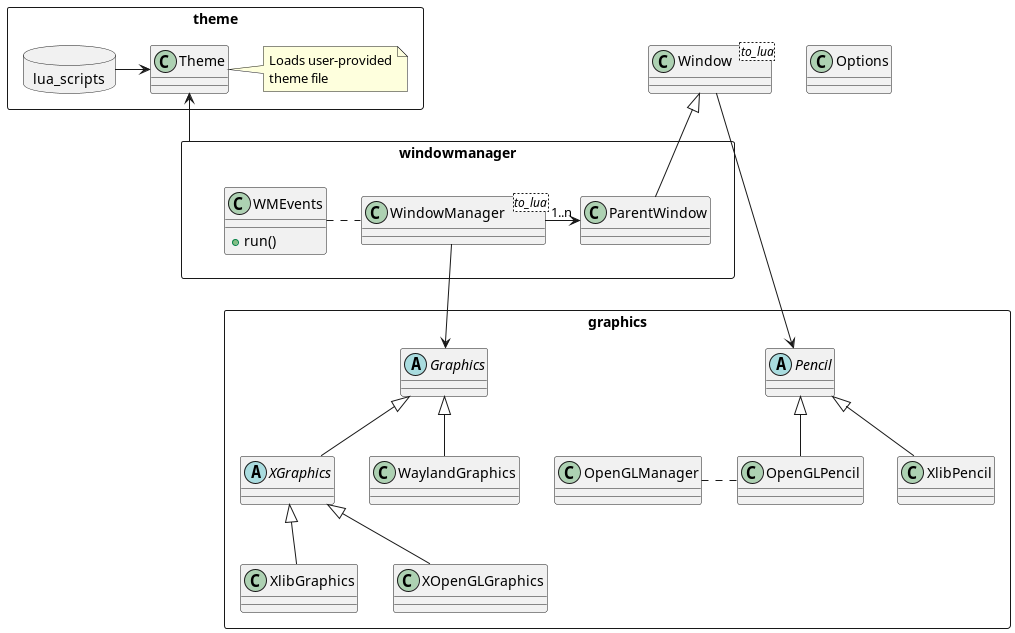
The PlantUML diagram doc/classes.png in andrenho/customwm, before a commit.
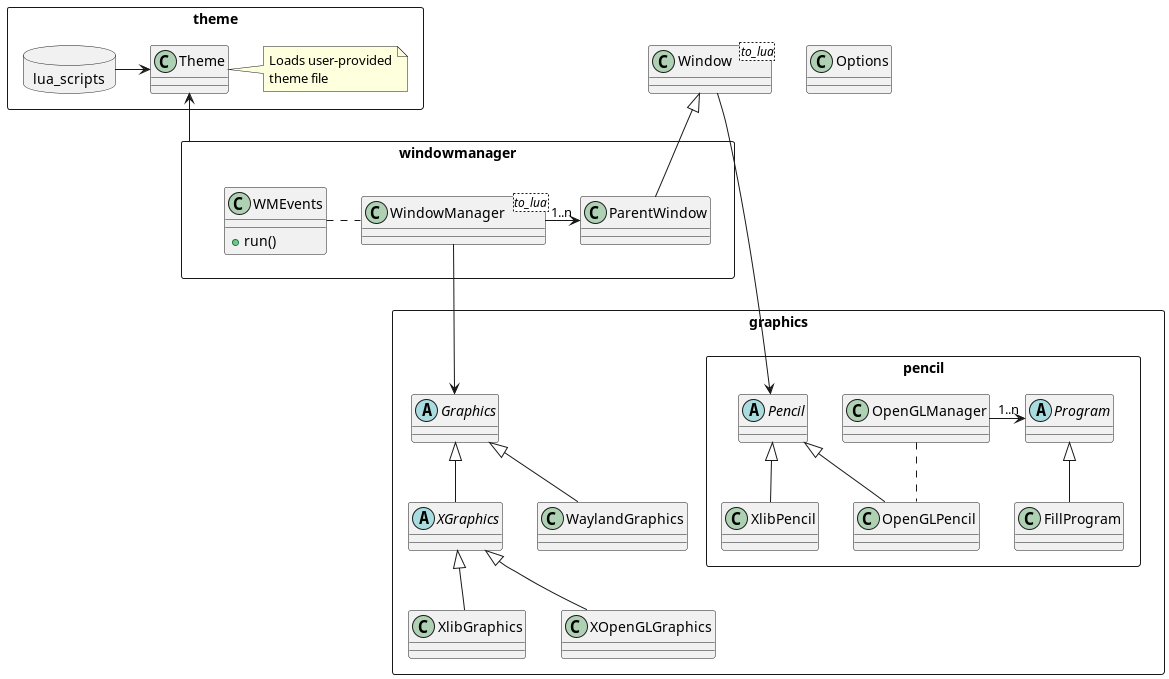
The same file after the commit.

The edit, as a diff of the source:
```diff
@@ -27,7 +27,6 @@
 
 rectangle graphics {
     abstract class Graphics
-    abstract class Pencil
     abstract class XGraphics
 
     Graphics <|-- XGraphics
@@ -36,10 +35,19 @@
     XGraphics <|-- XlibGraphics
     XGraphics <|-- XOpenGLGraphics
 
-    Pencil <|-- XlibPencil
-    Pencil <|-- OpenGLPencil
+    rectangle pencil {
+        abstract class Pencil
+        abstract class Program
 
-    OpenGLPencil .left. OpenGLManager
+        Pencil <|-- XlibPencil
+        Pencil <|-- OpenGLPencil
+
+        OpenGLPencil .up. OpenGLManager
+
+        OpenGLManager -> "1..n" Program
+
+        Program <|-- FillProgram
+    }
 }
 
 ParentWindow -up-|> Window
```
